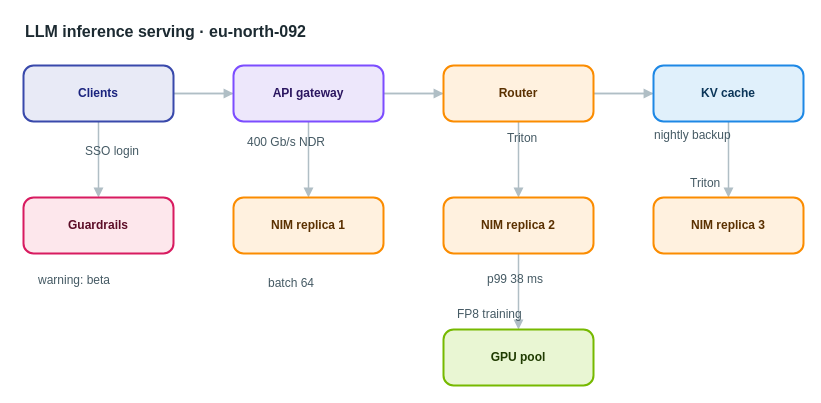
Earlier version of the draw.io diagram apps/web/public/samples/library/092-llm-inference-serving.drawio (AryanG01/open-apprentice). Source tidied: cells renumbered, new cells numbered last; positions are measured from the earlier drawing's top-left corner, leaving out a move shared by most shapes. Both pictures are drawn from the tidied source at 100%, with x=0, y=0 at pixel (23, 17).
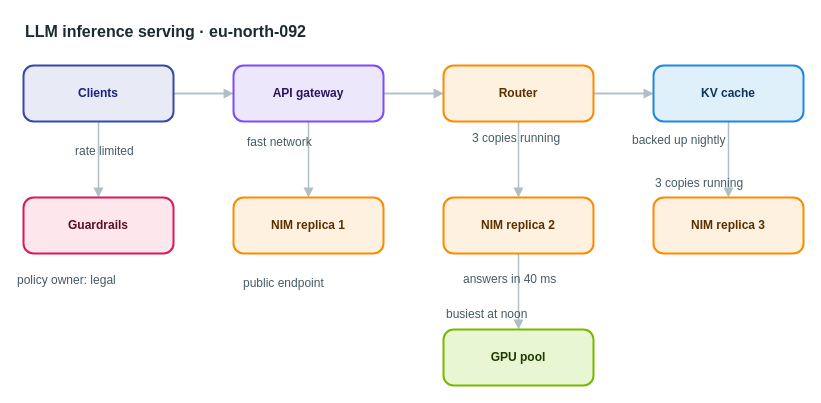
After the change.

The edit, as a diff of the source:
```diff
@@
-    <mxCell id="20" value="SSO login" style="text;html=1;align=left;verticalAlign=top;whiteSpace=nowrap;spacing=0;spacingTop=0;strokeColor=none;fillColor=none;fontSize=12;fontColor=#455a64;" parent="1" vertex="1">
-      <mxGeometry x="62" y="122" width="75" height="20" as="geometry" />
+    <mxCell id="20" value="rate limited" style="text;html=1;align=left;verticalAlign=top;whiteSpace=nowrap;spacing=0;spacingTop=0;strokeColor=none;fillColor=none;fontSize=12;fontColor=#455a64;" parent="1" vertex="1">
+      <mxGeometry x="52" y="122" width="96" height="20" as="geometry" />
     </mxCell>
-    <mxCell id="21" value="400 Gb/s NDR" style="text;html=1;align=left;verticalAlign=top;whiteSpace=nowrap;spacing=0;spacingTop=0;strokeColor=none;fillColor=none;fontSize=12;fontColor=#455a64;" parent="1" vertex="1">
+    <mxCell id="21" value="fast network" style="text;html=1;align=left;verticalAlign=top;whiteSpace=nowrap;spacing=0;spacingTop=0;strokeColor=none;fillColor=none;fontSize=12;fontColor=#455a64;" parent="1" vertex="1">
       <mxGeometry x="224" y="113" width="96" height="20" as="geometry" />
     </mxCell>
-    <mxCell id="22" value="Triton" style="text;html=1;align=left;verticalAlign=top;whiteSpace=nowrap;spacing=0;spacingTop=0;strokeColor=none;fillColor=none;fontSize=12;fontColor=#455a64;" parent="1" vertex="1">
-      <mxGeometry x="484" y="109" width="54" height="20" as="geometry" />
+    <mxCell id="22" value="3 copies running" style="text;html=1;align=left;verticalAlign=top;whiteSpace=nowrap;spacing=0;spacingTop=0;strokeColor=none;fillColor=none;fontSize=12;fontColor=#455a64;" parent="1" vertex="1">
+      <mxGeometry x="449" y="109" width="124" height="20" as="geometry" />
     </mxCell>
-    <mxCell id="23" value="batch 64" style="text;html=1;align=left;verticalAlign=top;whiteSpace=nowrap;spacing=0;spacingTop=0;strokeColor=none;fillColor=none;fontSize=12;fontColor=#455a64;" parent="1" vertex="1">
-      <mxGeometry x="245" y="254" width="68" height="20" as="geometry" />
+    <mxCell id="23" value="public endpoint" style="text;html=1;align=left;verticalAlign=top;whiteSpace=nowrap;spacing=0;spacingTop=0;strokeColor=none;fillColor=none;fontSize=12;fontColor=#455a64;" parent="1" vertex="1">
+      <mxGeometry x="220" y="254" width="117" height="20" as="geometry" />
     </mxCell>
-    <mxCell id="24" value="p99 38 ms" style="text;html=1;align=left;verticalAlign=top;whiteSpace=nowrap;spacing=0;spacingTop=0;strokeColor=none;fillColor=none;fontSize=12;fontColor=#455a64;" parent="1" vertex="1">
-      <mxGeometry x="464" y="250" width="75" height="20" as="geometry" />
+    <mxCell id="24" value="answers in 40 ms" style="text;html=1;align=left;verticalAlign=top;whiteSpace=nowrap;spacing=0;spacingTop=0;strokeColor=none;fillColor=none;fontSize=12;fontColor=#455a64;" parent="1" vertex="1">
+      <mxGeometry x="440" y="250" width="124" height="20" as="geometry" />
     </mxCell>
-    <mxCell id="25" value="Triton" style="text;html=1;align=left;verticalAlign=top;whiteSpace=nowrap;spacing=0;spacingTop=0;strokeColor=none;fillColor=none;fontSize=12;fontColor=#455a64;" parent="1" vertex="1">
-      <mxGeometry x="667" y="154" width="54" height="20" as="geometry" />
+    <mxCell id="25" value="3 copies running" style="text;html=1;align=left;verticalAlign=top;whiteSpace=nowrap;spacing=0;spacingTop=0;strokeColor=none;fillColor=none;fontSize=12;fontColor=#455a64;" parent="1" vertex="1">
+      <mxGeometry x="632" y="154" width="124" height="20" as="geometry" />
     </mxCell>
-    <mxCell id="26" value="nightly backup" style="text;html=1;align=left;verticalAlign=top;whiteSpace=nowrap;spacing=0;spacingTop=0;strokeColor=none;fillColor=none;fontSize=12;fontColor=#455a64;" parent="1" vertex="1">
-      <mxGeometry x="631" y="106" width="110" height="20" as="geometry" />
+    <mxCell id="26" value="backed up nightly" style="text;html=1;align=left;verticalAlign=top;whiteSpace=nowrap;spacing=0;spacingTop=0;strokeColor=none;fillColor=none;fontSize=12;fontColor=#455a64;" parent="1" vertex="1">
+      <mxGeometry x="609" y="111" width="131" height="20" as="geometry" />
     </mxCell>
-    <mxCell id="27" value="FP8 training" style="text;html=1;align=left;verticalAlign=top;whiteSpace=nowrap;spacing=0;spacingTop=0;strokeColor=none;fillColor=none;fontSize=12;fontColor=#455a64;" parent="1" vertex="1">
-      <mxGeometry x="434" y="285" width="96" height="20" as="geometry" />
+    <mxCell id="27" value="busiest at noon" style="text;html=1;align=left;verticalAlign=top;whiteSpace=nowrap;spacing=0;spacingTop=0;strokeColor=none;fillColor=none;fontSize=12;fontColor=#455a64;" parent="1" vertex="1">
+      <mxGeometry x="423" y="285" width="117" height="20" as="geometry" />
     </mxCell>
-    <mxCell id="28" value="warning: beta" style="text;html=1;align=left;verticalAlign=top;whiteSpace=nowrap;spacing=0;spacingTop=0;strokeColor=none;fillColor=none;fontSize=12;fontColor=#455a64;" parent="1" vertex="1">
-      <mxGeometry x="15" y="251" width="103" height="20" as="geometry" />
+    <mxCell id="28" value="policy owner: legal" style="text;html=1;align=left;verticalAlign=top;whiteSpace=nowrap;spacing=0;spacingTop=0;strokeColor=none;fillColor=none;fontSize=12;fontColor=#455a64;" parent="1" vertex="1">
+      <mxGeometry x="-6" y="251" width="145" height="20" as="geometry" />
     </mxCell>
```
